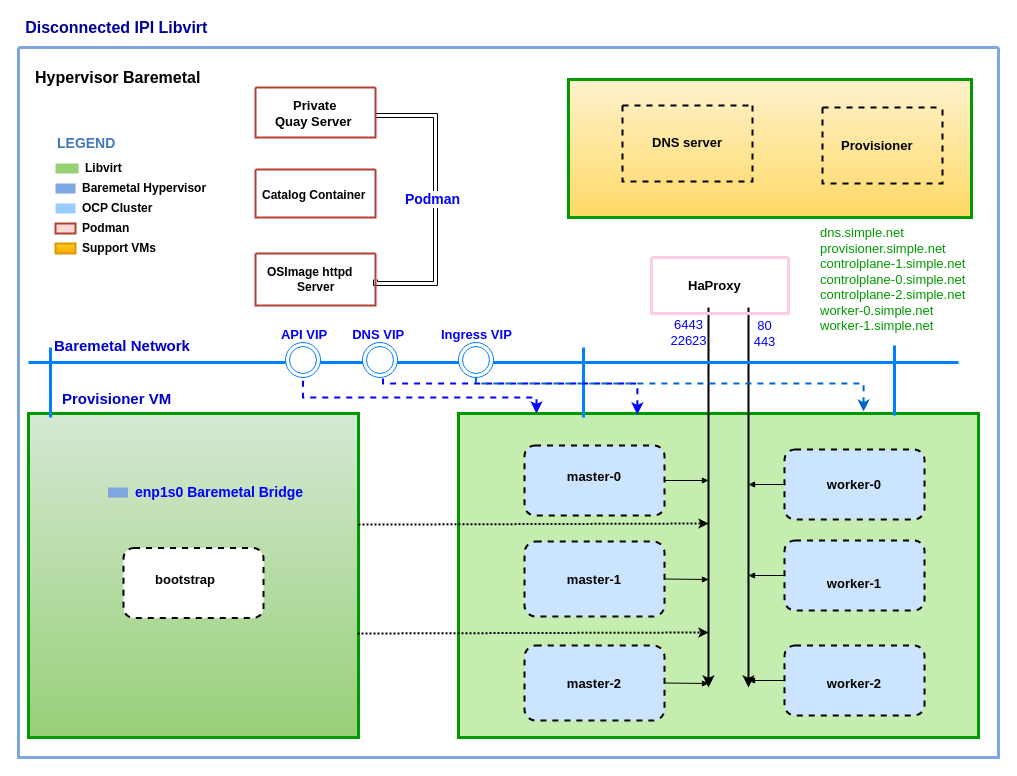
The draw.io diagram Untitled Diagram.drawio in ansvu/ava-project, before the edit. Source tidied: cells renumbered, new cells numbered last; positions are measured from the earlier drawing's top-left corner, leaving out a move shared by most shapes. Both pictures are drawn from the tidied source at 100%, with x=0, y=0 at pixel (18, 17).
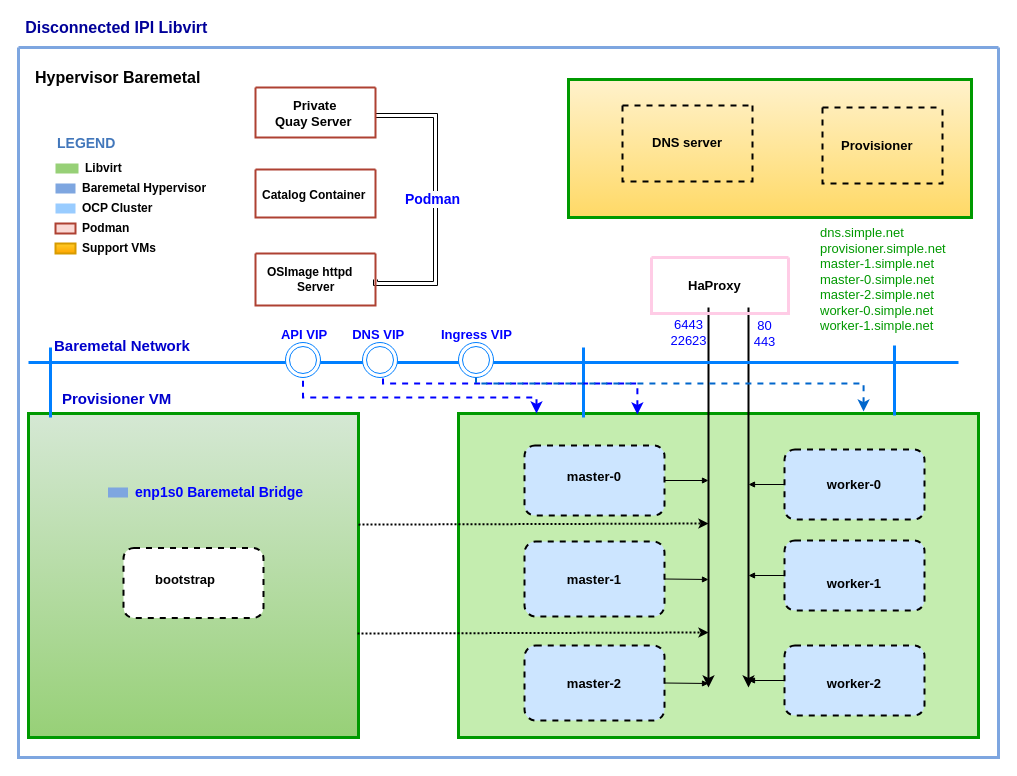
The same diagram, later.

The change refers to these unchanged cells:
```xml
<mxCell id="2" value="&lt;span style=&quot;color: rgb(66, 119, 187); font-family: helvetica; font-size: 12px; font-style: normal; font-weight: 400; letter-spacing: normal; text-align: left; text-indent: 0px; text-transform: none; word-spacing: 0px; background-color: rgb(248, 249, 250); display: inline; float: none;&quot;&gt;Application component&lt;/span&gt;" style="swimlane;shadow=0;strokeColor=#7EA6E0;fillColor=#D4E1F5;align=right;startSize=0;noLabel=1;strokeWidth=3;" parent="1" vertex="1">
  <mxGeometry y="30" width="980" height="710" as="geometry" />
</mxCell>
```

What changed in the source:
```diff
@@
-    <mxCell id="50" value="&lt;div style=&quot;font-size: 13px&quot;&gt;&lt;font style=&quot;font-weight: normal ; font-size: 13px&quot; color=&quot;#009900&quot;&gt;dns.simple.net&lt;/font&gt;&lt;/div&gt;&lt;div style=&quot;font-size: 13px&quot;&gt;&lt;font style=&quot;font-weight: normal ; font-size: 13px&quot; color=&quot;#009900&quot;&gt;provisioner.simple.net&lt;/font&gt;&lt;/div&gt;&lt;div style=&quot;font-size: 13px&quot;&gt;&lt;font style=&quot;font-weight: normal ; font-size: 13px&quot; color=&quot;#009900&quot;&gt;controlplane-1.simple.net&lt;/font&gt;&lt;/div&gt;&lt;div style=&quot;font-size: 13px&quot;&gt;&lt;font style=&quot;font-weight: normal ; font-size: 13px&quot; color=&quot;#009900&quot;&gt;controlplane-0.simple.net&lt;/font&gt;&lt;/div&gt;&lt;div style=&quot;font-size: 13px&quot;&gt;&lt;font style=&quot;font-weight: normal ; font-size: 13px&quot; color=&quot;#009900&quot;&gt;controlplane-2.simple.net&lt;/font&gt;&lt;/div&gt;&lt;div style=&quot;font-size: 13px&quot;&gt;&lt;font style=&quot;font-weight: normal ; font-size: 13px&quot; color=&quot;#009900&quot;&gt;worker-0.simple.net&lt;/font&gt;&lt;/div&gt;&lt;div style=&quot;font-size: 13px&quot;&gt;&lt;font style=&quot;font-weight: normal ; font-size: 13px&quot; color=&quot;#009900&quot;&gt;worker-1.simple.net&lt;/font&gt;&lt;/div&gt;" style="text;html=1;align=left;verticalAlign=middle;fontColor=#4277BB;shadow=0;dashed=0;strokeColor=none;fillColor=none;labelBackgroundColor=none;fontStyle=1;fontSize=9;spacingLeft=5;" parent="2" vertex="1">
+    <mxCell id="50" value="&lt;div style=&quot;font-size: 13px&quot;&gt;&lt;font style=&quot;font-weight: normal ; font-size: 13px&quot; color=&quot;#009900&quot;&gt;dns.simple.net&lt;/font&gt;&lt;/div&gt;&lt;div style=&quot;font-size: 13px&quot;&gt;&lt;font style=&quot;font-weight: normal ; font-size: 13px&quot; color=&quot;#009900&quot;&gt;provisioner.simple.net&lt;/font&gt;&lt;/div&gt;&lt;div style=&quot;font-size: 13px&quot;&gt;&lt;font style=&quot;font-weight: normal ; font-size: 13px&quot; color=&quot;#009900&quot;&gt;master-1.simple.net&lt;/font&gt;&lt;/div&gt;&lt;div style=&quot;font-size: 13px&quot;&gt;&lt;font style=&quot;font-weight: normal ; font-size: 13px&quot; color=&quot;#009900&quot;&gt;master-0.simple.net&lt;/font&gt;&lt;/div&gt;&lt;div style=&quot;font-size: 13px&quot;&gt;&lt;font style=&quot;font-weight: normal ; font-size: 13px&quot; color=&quot;#009900&quot;&gt;master-2.simple.net&lt;/font&gt;&lt;/div&gt;&lt;div style=&quot;font-size: 13px&quot;&gt;&lt;font style=&quot;font-weight: normal ; font-size: 13px&quot; color=&quot;#009900&quot;&gt;worker-0.simple.net&lt;/font&gt;&lt;/div&gt;&lt;div style=&quot;font-size: 13px&quot;&gt;&lt;font style=&quot;font-weight: normal ; font-size: 13px&quot; color=&quot;#009900&quot;&gt;worker-1.simple.net&lt;/font&gt;&lt;/div&gt;" style="text;html=1;align=left;verticalAlign=middle;fontColor=#4277BB;shadow=0;dashed=0;strokeColor=none;fillColor=none;labelBackgroundColor=none;fontStyle=1;fontSize=9;spacingLeft=5;" parent="2" vertex="1">
       <mxGeometry x="794.5" y="180" width="163" height="104" as="geometry" />
     </mxCell>
```
